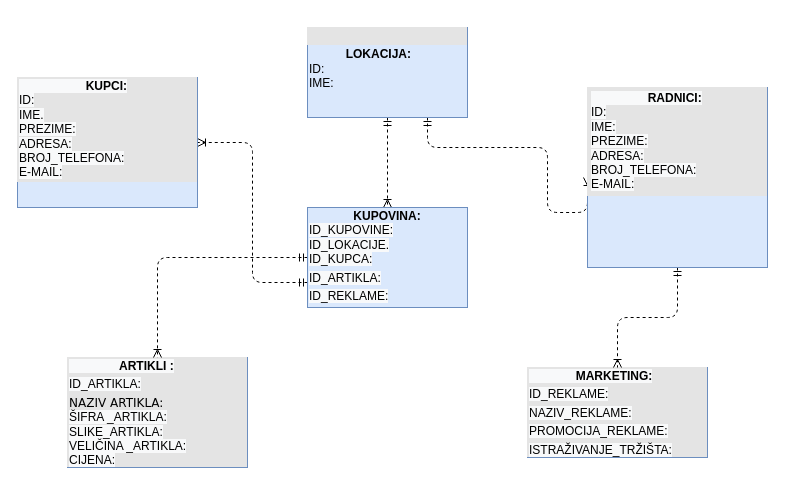
Before: Untitled Diagram.drawio in PolePolucci/PolePolucci, a draw.io diagram. Source tidied: cells renumbered, new cells numbered last; positions are measured from the earlier drawing's top-left corner, leaving out a move shared by most shapes. Both pictures are drawn from the tidied source at 100%, with x=0, y=0 at pixel (17, 27).
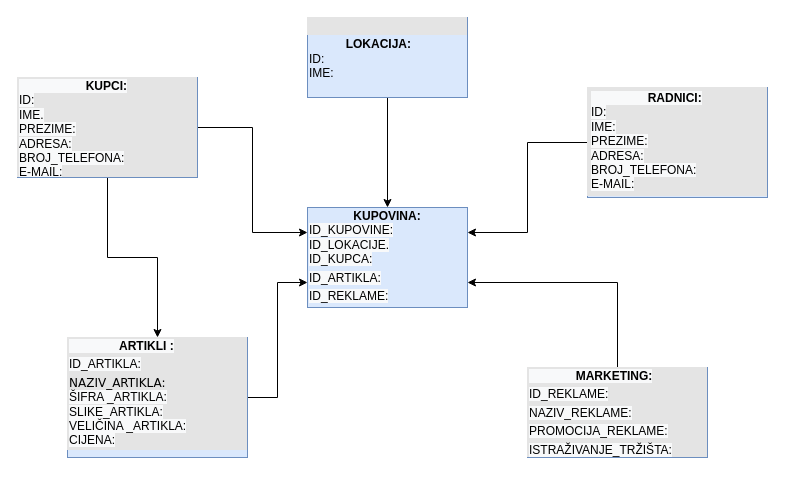
Above is the later version.

The edit, as a diff of the source:
```diff
@@
 <mxGraphModel>
   <root>
     <mxCell id="0" />
     <mxCell id="1" parent="0" />
-    <mxCell id="2" style="edgeStyle=orthogonalEdgeStyle;html=1;entryX=0.5;entryY=0;dashed=1;labelBackgroundColor=none;startArrow=ERmandOne;endArrow=ERoneToMany;fontFamily=Verdana;fontSize=12;align=left;" parent="1" edge="1" source="4" target="9">
+    <mxCell id="2" style="edgeStyle=orthogonalEdgeStyle;rounded=0;jettySize=auto;html=1;" parent="1" edge="1" source="4" target="9">
       <mxGeometry relative="1" as="geometry" />
     </mxCell>
-    <mxCell id="3" style="edgeStyle=orthogonalEdgeStyle;html=1;dashed=1;labelBackgroundColor=none;startArrow=ERmandOne;endArrow=ERoneToMany;fontFamily=Verdana;fontSize=12;align=left;entryX=0;entryY=0.5;" parent="1" edge="1" source="4" target="12">
-      <mxGeometry relative="1" as="geometry">
-        <Array as="points">
-          <mxPoint x="410" y="120" />
-          <mxPoint x="530" y="120" />
-          <mxPoint x="530" y="185" />
-        </Array>
-      </mxGeometry>
-    </mxCell>
     <mxCell id="4" value="&lt;div style=&quot;box-sizing: border-box ; width: 100% ; background: #e4e4e4 ; padding: 2px&quot;&gt;&lt;br&gt;&lt;/div&gt;&lt;table style=&quot;width: 100% ; font-size: 1em&quot; cellpadding=&quot;2&quot; cellspacing=&quot;0&quot;&gt;&lt;tbody&gt;&lt;tr&gt;&lt;td&gt;&lt;b style=&quot;font-family: &amp;#34;helvetica&amp;#34; ; text-align: center&quot;&gt;&amp;nbsp; &amp;nbsp; &amp;nbsp; &amp;nbsp; &amp;nbsp; &amp;nbsp;LOKACIJA:&lt;/b&gt;&lt;br style=&quot;font-family: &amp;#34;helvetica&amp;#34; ; text-align: center&quot;&gt;&lt;span style=&quot;font-family: &amp;#34;helvetica&amp;#34; ; text-align: center&quot;&gt;ID:&lt;/span&gt;&lt;br style=&quot;font-family: &amp;#34;helvetica&amp;#34; ; text-align: center&quot;&gt;&lt;span style=&quot;font-family: &amp;#34;helvetica&amp;#34; ; text-align: center&quot;&gt;IME:&lt;/span&gt;&lt;br&gt;&lt;/td&gt;&lt;td&gt;&lt;br&gt;&lt;/td&gt;&lt;/tr&gt;&lt;tr&gt;&lt;td&gt;&lt;/td&gt;&lt;td&gt;&lt;br&gt;&lt;/td&gt;&lt;/tr&gt;&lt;tr&gt;&lt;td&gt;&lt;/td&gt;&lt;td&gt;&lt;br&gt;&lt;/td&gt;&lt;/tr&gt;&lt;tr&gt;&lt;td&gt;&lt;br&gt;&lt;/td&gt;&lt;td&gt;&lt;br&gt;&lt;/td&gt;&lt;/tr&gt;&lt;tr&gt;&lt;td&gt;&lt;br&gt;&lt;/td&gt;&lt;td&gt;&lt;br&gt;&lt;/td&gt;&lt;/tr&gt;&lt;tr&gt;&lt;td&gt;&lt;br&gt;&lt;/td&gt;&lt;td&gt;&lt;br&gt;&lt;/td&gt;&lt;/tr&gt;&lt;/tbody&gt;&lt;/table&gt;" style="verticalAlign=top;align=left;overflow=fill;html=1;rounded=0;shadow=0;comic=0;labelBackgroundColor=none;strokeWidth=1;fontFamily=Verdana;fontSize=12;fillColor=#dae8fc;strokeColor=#6c8ebf;" parent="1" vertex="1">
-      <mxGeometry x="290" width="160" height="90" as="geometry" />
+      <mxGeometry x="290" y="-10" width="160" height="80" as="geometry" />
     </mxCell>
-    <mxCell id="5" style="edgeStyle=orthogonalEdgeStyle;html=1;exitX=0;exitY=0.75;entryX=1;entryY=0.5;dashed=1;labelBackgroundColor=none;startArrow=ERmandOne;endArrow=ERoneToMany;fontFamily=Verdana;fontSize=12;align=left;" parent="1" edge="1" source="9" target="6">
-      <mxGeometry relative="1" as="geometry" />
-    </mxCell>
+    <mxCell id="14" style="edgeStyle=orthogonalEdgeStyle;rounded=0;jettySize=auto;html=1;exitX=1;exitY=0.5;exitDx=0;exitDy=0;entryX=0;entryY=0.25;entryDx=0;entryDy=0;" parent="1" edge="1" source="6" target="9">
+      <mxGeometry relative="1" as="geometry" />
+    </mxCell>
+    <mxCell id="15" style="edgeStyle=orthogonalEdgeStyle;rounded=0;jettySize=auto;html=1;exitX=0.5;exitY=1;exitDx=0;exitDy=0;" parent="1" edge="1" source="6" target="7">
+      <mxGeometry relative="1" as="geometry" />
+    </mxCell>
     <mxCell id="6" value="&lt;div style=&quot;box-sizing: border-box ; width: 100% ; background: #e4e4e4 ; padding: 2px&quot;&gt;&lt;b style=&quot;font-family: &amp;#34;helvetica&amp;#34; ; text-align: center ; background-color: rgb(248 , 249 , 250)&quot;&gt;&amp;nbsp; &amp;nbsp; &amp;nbsp; &amp;nbsp; &amp;nbsp; &amp;nbsp; &amp;nbsp; &amp;nbsp; &amp;nbsp; &amp;nbsp; KUPCI:&lt;br&gt;&lt;/b&gt;&lt;span style=&quot;font-family: &amp;#34;helvetica&amp;#34; ; text-align: center ; background-color: rgb(248 , 249 , 250)&quot;&gt;ID:&lt;/span&gt;&lt;br style=&quot;font-family: &amp;#34;helvetica&amp;#34; ; text-align: center ; background-color: rgb(248 , 249 , 250)&quot;&gt;&lt;span style=&quot;font-family: &amp;#34;helvetica&amp;#34; ; text-align: center ; background-color: rgb(248 , 249 , 250)&quot;&gt;IME.&lt;/span&gt;&lt;br style=&quot;font-family: &amp;#34;helvetica&amp;#34; ; text-align: center ; background-color: rgb(248 , 249 , 250)&quot;&gt;&lt;span style=&quot;font-family: &amp;#34;helvetica&amp;#34; ; text-align: center ; background-color: rgb(248 , 249 , 250)&quot;&gt;PREZIME:&lt;/span&gt;&lt;br style=&quot;font-family: &amp;#34;helvetica&amp;#34; ; text-align: center ; background-color: rgb(248 , 249 , 250)&quot;&gt;&lt;span style=&quot;font-family: &amp;#34;helvetica&amp;#34; ; text-align: center ; background-color: rgb(248 , 249 , 250)&quot;&gt;ADRESA:&lt;/span&gt;&lt;br style=&quot;font-family: &amp;#34;helvetica&amp;#34; ; text-align: center ; background-color: rgb(248 , 249 , 250)&quot;&gt;&lt;span style=&quot;font-family: &amp;#34;helvetica&amp;#34; ; text-align: center ; background-color: rgb(248 , 249 , 250)&quot;&gt;BROJ_TELEFONA:&lt;/span&gt;&lt;br style=&quot;font-family: &amp;#34;helvetica&amp;#34; ; text-align: center ; background-color: rgb(248 , 249 , 250)&quot;&gt;&lt;span style=&quot;font-family: &amp;#34;helvetica&amp;#34; ; text-align: center ; background-color: rgb(248 , 249 , 250)&quot;&gt;E-MAIL:&lt;/span&gt;&lt;br&gt;&lt;/div&gt;" style="verticalAlign=top;align=left;overflow=fill;html=1;rounded=0;shadow=0;comic=0;labelBackgroundColor=none;strokeWidth=1;fontFamily=Verdana;fontSize=12;fillColor=#dae8fc;strokeColor=#6c8ebf;" parent="1" vertex="1">
-      <mxGeometry y="50" width="180" height="130" as="geometry" />
+      <mxGeometry y="50" width="180" height="100" as="geometry" />
     </mxCell>
+    <mxCell id="16" style="edgeStyle=orthogonalEdgeStyle;rounded=0;jettySize=auto;html=1;entryX=0;entryY=0.75;entryDx=0;entryDy=0;" parent="1" edge="1" source="7" target="9">
+      <mxGeometry relative="1" as="geometry" />
+    </mxCell>
-    <mxCell id="7" value="&lt;div style=&quot;box-sizing: border-box ; width: 100% ; background: #e4e4e4 ; padding: 2px&quot;&gt;&lt;span style=&quot;font-family: &amp;#34;helvetica&amp;#34; ; text-align: center ; background-color: rgb(248 , 249 , 250)&quot;&gt;&lt;b&gt;&amp;nbsp; &amp;nbsp; &amp;nbsp; &amp;nbsp; &amp;nbsp; &amp;nbsp; &amp;nbsp; &amp;nbsp;ARTIKLI :&lt;/b&gt;&lt;/span&gt;&lt;/div&gt;&lt;div style=&quot;box-sizing: border-box ; width: 100% ; background: #e4e4e4 ; padding: 2px&quot;&gt;&lt;span style=&quot;font-family: &amp;#34;helvetica&amp;#34; ; text-align: center ; background-color: rgb(248 , 249 , 250)&quot;&gt;ID_ARTIKLA:&lt;/span&gt;&lt;/div&gt;&lt;div style=&quot;box-sizing: border-box ; width: 100% ; background: #e4e4e4 ; padding: 2px&quot;&gt;NAZIV ARTIKLA:&lt;br style=&quot;font-family: &amp;#34;helvetica&amp;#34; ; text-align: center ; background-color: rgb(248 , 249 , 250)&quot;&gt;&lt;span style=&quot;font-family: &amp;#34;helvetica&amp;#34; ; text-align: center ; background-color: rgb(248 , 249 , 250)&quot;&gt;ŠIFRA _ARTIKLA:&lt;/span&gt;&lt;br style=&quot;font-family: &amp;#34;helvetica&amp;#34; ; text-align: center ; background-color: rgb(248 , 249 , 250)&quot;&gt;&lt;span style=&quot;font-family: &amp;#34;helvetica&amp;#34; ; text-align: center ; background-color: rgb(248 , 249 , 250)&quot;&gt;SLIKE_ARTIKLA:&lt;/span&gt;&lt;br style=&quot;font-family: &amp;#34;helvetica&amp;#34; ; text-align: center ; background-color: rgb(248 , 249 , 250)&quot;&gt;&lt;span style=&quot;font-family: &amp;#34;helvetica&amp;#34; ; text-align: center ; background-color: rgb(248 , 249 , 250)&quot;&gt;VELIČINA _ARTIKLA:&lt;/span&gt;&lt;br style=&quot;font-family: &amp;#34;helvetica&amp;#34; ; text-align: center ; background-color: rgb(248 , 249 , 250)&quot;&gt;&lt;span style=&quot;font-family: &amp;#34;helvetica&amp;#34; ; text-align: center ; background-color: rgb(248 , 249 , 250)&quot;&gt;CIJENA:&lt;/span&gt;&lt;br&gt;&lt;/div&gt;" style="verticalAlign=top;align=left;overflow=fill;html=1;rounded=0;shadow=0;comic=0;labelBackgroundColor=none;strokeWidth=1;fontFamily=Verdana;fontSize=12;fillColor=#dae8fc;strokeColor=#6c8ebf;" parent="1" vertex="1">
-      <mxGeometry x="50" y="330" width="180" height="110" as="geometry" />
+    <mxCell id="7" value="&lt;div style=&quot;box-sizing: border-box ; width: 100% ; background: #e4e4e4 ; padding: 2px&quot;&gt;&lt;span style=&quot;font-family: &amp;#34;helvetica&amp;#34; ; text-align: center ; background-color: rgb(248 , 249 , 250)&quot;&gt;&lt;b&gt;&amp;nbsp; &amp;nbsp; &amp;nbsp; &amp;nbsp; &amp;nbsp; &amp;nbsp; &amp;nbsp; &amp;nbsp;ARTIKLI :&lt;/b&gt;&lt;/span&gt;&lt;/div&gt;&lt;div style=&quot;box-sizing: border-box ; width: 100% ; background: #e4e4e4 ; padding: 2px&quot;&gt;&lt;span style=&quot;font-family: &amp;#34;helvetica&amp;#34; ; text-align: center ; background-color: rgb(248 , 249 , 250)&quot;&gt;ID_ARTIKLA:&lt;/span&gt;&lt;/div&gt;&lt;div style=&quot;box-sizing: border-box ; width: 100% ; background: #e4e4e4 ; padding: 2px&quot;&gt;NAZIV_ARTIKLA:&lt;br style=&quot;font-family: &amp;#34;helvetica&amp;#34; ; text-align: center ; background-color: rgb(248 , 249 , 250)&quot;&gt;&lt;span style=&quot;font-family: &amp;#34;helvetica&amp;#34; ; text-align: center ; background-color: rgb(248 , 249 , 250)&quot;&gt;ŠIFRA _ARTIKLA:&lt;/span&gt;&lt;br style=&quot;font-family: &amp;#34;helvetica&amp;#34; ; text-align: center ; background-color: rgb(248 , 249 , 250)&quot;&gt;&lt;span style=&quot;font-family: &amp;#34;helvetica&amp;#34; ; text-align: center ; background-color: rgb(248 , 249 , 250)&quot;&gt;SLIKE_ARTIKLA:&lt;/span&gt;&lt;br style=&quot;font-family: &amp;#34;helvetica&amp;#34; ; text-align: center ; background-color: rgb(248 , 249 , 250)&quot;&gt;&lt;span style=&quot;font-family: &amp;#34;helvetica&amp;#34; ; text-align: center ; background-color: rgb(248 , 249 , 250)&quot;&gt;VELIČINA _ARTIKLA:&lt;/span&gt;&lt;br style=&quot;font-family: &amp;#34;helvetica&amp;#34; ; text-align: center ; background-color: rgb(248 , 249 , 250)&quot;&gt;&lt;span style=&quot;font-family: &amp;#34;helvetica&amp;#34; ; text-align: center ; background-color: rgb(248 , 249 , 250)&quot;&gt;CIJENA:&lt;/span&gt;&lt;br&gt;&lt;/div&gt;" style="verticalAlign=top;align=left;overflow=fill;html=1;rounded=0;shadow=0;comic=0;labelBackgroundColor=none;strokeWidth=1;fontFamily=Verdana;fontSize=12;fillColor=#dae8fc;strokeColor=#6c8ebf;" parent="1" vertex="1">
+      <mxGeometry x="50" y="310" width="180" height="120" as="geometry" />
     </mxCell>
-    <mxCell id="8" style="edgeStyle=orthogonalEdgeStyle;html=1;entryX=0.5;entryY=0;labelBackgroundColor=none;startArrow=ERmandOne;endArrow=ERoneToMany;fontFamily=Verdana;fontSize=12;align=left;dashed=1;" parent="1" edge="1" source="9" target="7">
-      <mxGeometry relative="1" as="geometry" />
-    </mxCell>
     <mxCell id="9" value="&lt;div style=&quot;box-sizing: border-box ; width: 100% ; padding: 2px&quot;&gt;&lt;div style=&quot;text-align: center&quot;&gt;&lt;font face=&quot;helvetica&quot;&gt;&lt;b&gt;KUPOVINA:&lt;/b&gt;&lt;/font&gt;&lt;/div&gt;&lt;span style=&quot;background-color: rgb(248 , 249 , 250) ; font-family: &amp;#34;helvetica&amp;#34; ; text-align: center&quot;&gt;ID_KUPOVINE:&lt;/span&gt;&lt;br style=&quot;font-family: &amp;#34;helvetica&amp;#34; ; text-align: center ; background-color: rgb(248 , 249 , 250)&quot;&gt;&lt;span style=&quot;background-color: rgb(248 , 249 , 250) ; font-family: &amp;#34;helvetica&amp;#34; ; text-align: center&quot;&gt;ID_LOKACIJE.&lt;/span&gt;&lt;br style=&quot;font-family: &amp;#34;helvetica&amp;#34; ; text-align: center ; background-color: rgb(248 , 249 , 250)&quot;&gt;&lt;span style=&quot;background-color: rgb(248 , 249 , 250) ; font-family: &amp;#34;helvetica&amp;#34; ; text-align: center&quot;&gt;ID_KUPCA:&lt;/span&gt;&lt;br&gt;&lt;/div&gt;&lt;div style=&quot;box-sizing: border-box ; width: 100% ; padding: 2px&quot;&gt;&lt;span style=&quot;background-color: rgb(248 , 249 , 250) ; font-family: &amp;#34;helvetica&amp;#34; ; text-align: center&quot;&gt;ID_ARTIKLA:&lt;/span&gt;&lt;/div&gt;&lt;div style=&quot;box-sizing: border-box ; width: 100% ; padding: 2px&quot;&gt;&lt;span style=&quot;background-color: rgb(248 , 249 , 250) ; font-family: &amp;#34;helvetica&amp;#34; ; text-align: center&quot;&gt;ID_REKLAME:&lt;/span&gt;&lt;/div&gt;" style="verticalAlign=top;align=left;overflow=fill;html=1;rounded=0;shadow=0;comic=0;labelBackgroundColor=none;strokeWidth=1;fontFamily=Verdana;fontSize=12;fillColor=#dae8fc;strokeColor=#6c8ebf;" parent="1" vertex="1">
       <mxGeometry x="290" y="180" width="160" height="100" as="geometry" />
     </mxCell>
+    <mxCell id="17" style="edgeStyle=orthogonalEdgeStyle;rounded=0;jettySize=auto;html=1;exitX=0.5;exitY=0;exitDx=0;exitDy=0;entryX=1;entryY=0.75;entryDx=0;entryDy=0;" parent="1" edge="1" source="10" target="9">
+      <mxGeometry relative="1" as="geometry" />
+    </mxCell>
     <mxCell id="10" value="&lt;div style=&quot;box-sizing: border-box ; width: 100% ; background: #e4e4e4 ; padding: 2px&quot;&gt;&lt;b style=&quot;font-family: &amp;#34;helvetica&amp;#34; ; text-align: center ; background-color: rgb(248 , 249 , 250)&quot;&gt;&amp;nbsp; &amp;nbsp; &amp;nbsp; &amp;nbsp; &amp;nbsp; &amp;nbsp; &amp;nbsp; MARKETING:&lt;/b&gt;&lt;br&gt;&lt;/div&gt;&lt;div style=&quot;box-sizing: border-box ; width: 100% ; background: #e4e4e4 ; padding: 2px&quot;&gt;&lt;span style=&quot;font-family: &amp;#34;helvetica&amp;#34; ; text-align: center ; background-color: rgb(248 , 249 , 250)&quot;&gt;ID_REKLAME:&lt;/span&gt;&lt;/div&gt;&lt;div style=&quot;box-sizing: border-box ; width: 100% ; background: #e4e4e4 ; padding: 2px&quot;&gt;&lt;span style=&quot;font-family: &amp;#34;helvetica&amp;#34; ; text-align: center ; background-color: rgb(248 , 249 , 250)&quot;&gt;NAZIV_REKLAME:&lt;/span&gt;&lt;/div&gt;&lt;div style=&quot;box-sizing: border-box ; width: 100% ; background: #e4e4e4 ; padding: 2px&quot;&gt;&lt;span style=&quot;font-family: &amp;#34;helvetica&amp;#34; ; text-align: center ; background-color: rgb(248 , 249 , 250)&quot;&gt;PROMOCIJA_REKLAME:&lt;/span&gt;&lt;/div&gt;&lt;div style=&quot;box-sizing: border-box ; width: 100% ; background: #e4e4e4 ; padding: 2px&quot;&gt;&lt;span style=&quot;font-family: &amp;#34;helvetica&amp;#34; ; text-align: center ; background-color: rgb(248 , 249 , 250)&quot;&gt;ISTRAŽIVANJE_TRŽIŠTA:&lt;/span&gt;&lt;/div&gt;" style="verticalAlign=top;align=left;overflow=fill;html=1;rounded=0;shadow=0;comic=0;labelBackgroundColor=none;strokeWidth=1;fontFamily=Verdana;fontSize=12;fillColor=#dae8fc;strokeColor=#6c8ebf;" parent="1" vertex="1">
       <mxGeometry x="510" y="340" width="180" height="90" as="geometry" />
     </mxCell>
-    <mxCell id="11" style="edgeStyle=orthogonalEdgeStyle;html=1;entryX=0.5;entryY=0;dashed=1;labelBackgroundColor=none;startArrow=ERmandOne;endArrow=ERoneToMany;fontFamily=Verdana;fontSize=12;align=left;" parent="1" edge="1" source="12" target="10">
-      <mxGeometry relative="1" as="geometry" />
-    </mxCell>
+    <mxCell id="18" style="edgeStyle=orthogonalEdgeStyle;rounded=0;jettySize=auto;html=1;entryX=1;entryY=0.25;entryDx=0;entryDy=0;" parent="1" edge="1" source="12" target="9">
+      <mxGeometry relative="1" as="geometry" />
+    </mxCell>
     <mxCell id="12" value="&lt;div style=&quot;box-sizing: border-box ; width: 100% ; background: #e4e4e4 ; padding: 2px&quot;&gt;&lt;div style=&quot;box-sizing: border-box ; width: 180px ; padding: 2px&quot;&gt;&lt;b style=&quot;font-family: &amp;#34;helvetica&amp;#34; ; text-align: center ; background-color: rgb(248 , 249 , 250)&quot;&gt;&amp;nbsp; &amp;nbsp; &amp;nbsp; &amp;nbsp; &amp;nbsp; &amp;nbsp; &amp;nbsp; &amp;nbsp; &amp;nbsp;RADNICI:&lt;/b&gt;&lt;br style=&quot;font-family: &amp;#34;helvetica&amp;#34; ; text-align: center ; background-color: rgb(248 , 249 , 250)&quot;&gt;&lt;span style=&quot;font-family: &amp;#34;helvetica&amp;#34; ; text-align: center ; background-color: rgb(248 , 249 , 250)&quot;&gt;ID:&lt;/span&gt;&lt;br style=&quot;font-family: &amp;#34;helvetica&amp;#34; ; text-align: center ; background-color: rgb(248 , 249 , 250)&quot;&gt;&lt;span style=&quot;font-family: &amp;#34;helvetica&amp;#34; ; text-align: center ; background-color: rgb(248 , 249 , 250)&quot;&gt;IME:&lt;/span&gt;&lt;br style=&quot;font-family: &amp;#34;helvetica&amp;#34; ; text-align: center ; background-color: rgb(248 , 249 , 250)&quot;&gt;&lt;span style=&quot;font-family: &amp;#34;helvetica&amp;#34; ; text-align: center ; background-color: rgb(248 , 249 , 250)&quot;&gt;PREZIME:&lt;/span&gt;&lt;br style=&quot;font-family: &amp;#34;helvetica&amp;#34; ; text-align: center ; background-color: rgb(248 , 249 , 250)&quot;&gt;&lt;span style=&quot;font-family: &amp;#34;helvetica&amp;#34; ; text-align: center ; background-color: rgb(248 , 249 , 250)&quot;&gt;ADRESA:&lt;/span&gt;&lt;br style=&quot;font-family: &amp;#34;helvetica&amp;#34; ; text-align: center ; background-color: rgb(248 , 249 , 250)&quot;&gt;&lt;span style=&quot;font-family: &amp;#34;helvetica&amp;#34; ; text-align: center ; background-color: rgb(248 , 249 , 250)&quot;&gt;BROJ_TELEFONA:&lt;/span&gt;&lt;br style=&quot;font-family: &amp;#34;helvetica&amp;#34; ; text-align: center ; background-color: rgb(248 , 249 , 250)&quot;&gt;&lt;span style=&quot;font-family: &amp;#34;helvetica&amp;#34; ; text-align: center ; background-color: rgb(248 , 249 , 250)&quot;&gt;E-MAIL:&lt;/span&gt;&lt;br&gt;&lt;/div&gt;&lt;/div&gt;" style="verticalAlign=top;align=left;overflow=fill;html=1;rounded=0;shadow=0;comic=0;labelBackgroundColor=none;strokeWidth=1;fontFamily=Verdana;fontSize=12;fillColor=#dae8fc;strokeColor=#6c8ebf;" parent="1" vertex="1">
-      <mxGeometry x="570" y="60" width="180" height="180" as="geometry" />
+      <mxGeometry x="570" y="60" width="180" height="110" as="geometry" />
     </mxCell>
     <mxCell id="13" style="edgeStyle=orthogonalEdgeStyle;rounded=0;orthogonalLoop=1;jettySize=auto;html=1;exitX=0.5;exitY=1;exitDx=0;exitDy=0;fontFamily=Verdana;" parent="1" edge="1" source="12" target="12">
       <mxGeometry relative="1" as="geometry" />
     </mxCell>
   </root>
 </mxGraphModel>
```
